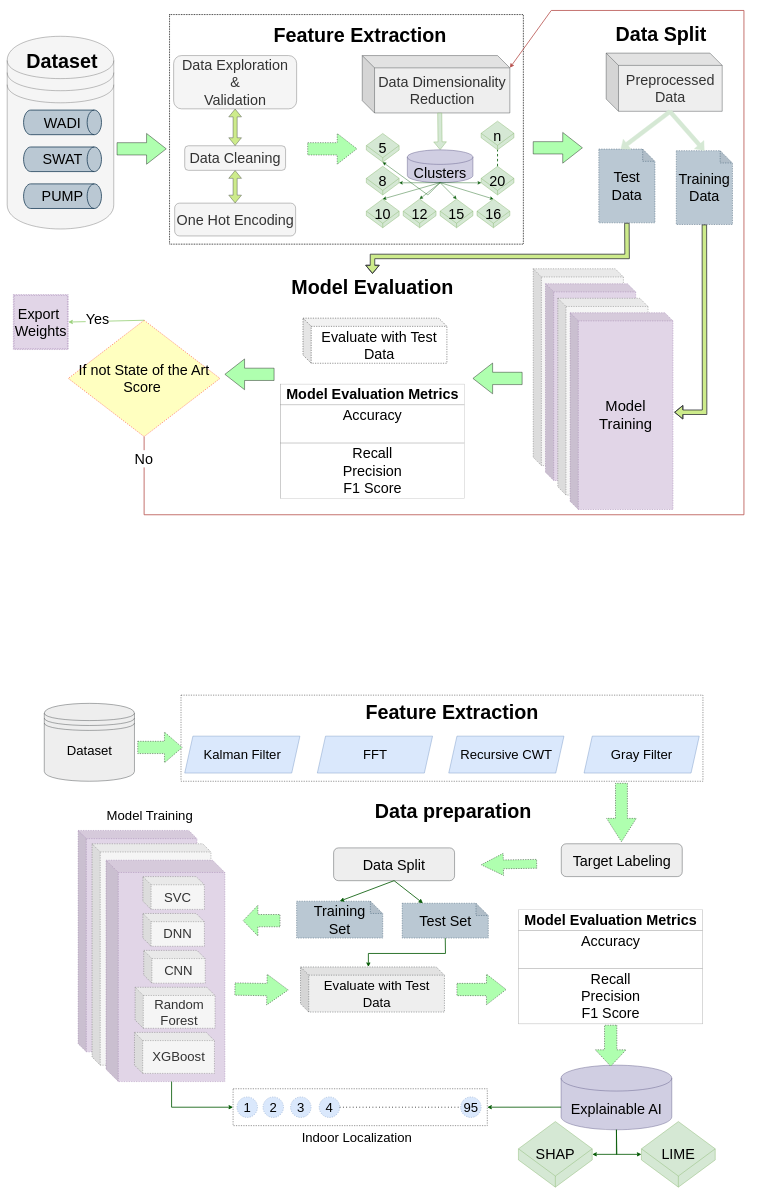
This is IndoorLocalizationWorkflow.drawio from Sakibapon/IndoorLocalaization, a draw.io file, before an edit. Source tidied: cells renumbered, new cells numbered last; positions are measured from the earlier drawing's top-left corner, leaving out a move shared by most shapes. Both pictures are drawn from the tidied source at 41%, with x=0, y=0 at pixel (7, 10).
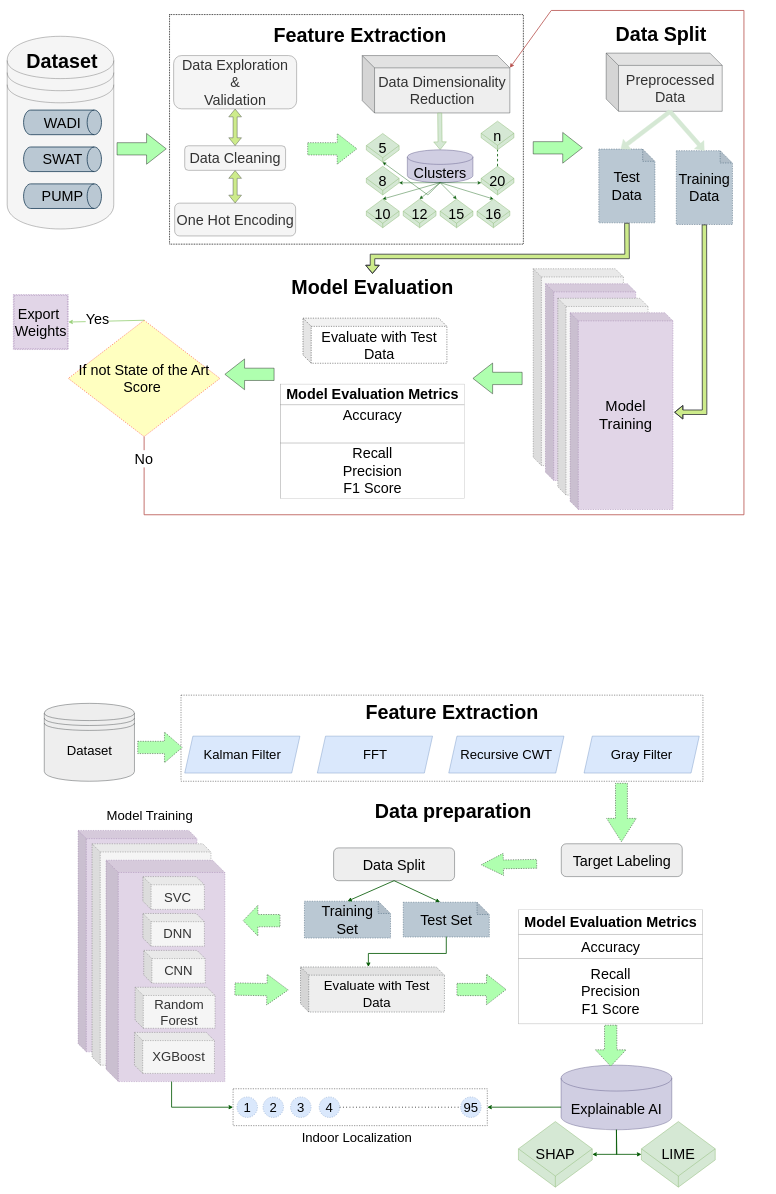
Above is the later version.

The change refers to these unchanged cells:
```xml
<mxCell id="70" value="Data Split" style="rounded=1;whiteSpace=wrap;html=1;fontSize=35;strokeColor=#36393d;fillColor=#eeeeee;" parent="1" vertex="1">
  <mxGeometry x="796.2" y="2042.5" width="295" height="80" as="geometry" />
</mxCell>
<mxCell id="88" value="&lt;font style=&quot;font-size: 32px;&quot;&gt;Evaluate with Test Data&lt;/font&gt;" style="shape=cube;whiteSpace=wrap;html=1;boundedLbl=1;backgroundOutline=1;darkOpacity=0.05;darkOpacity2=0.1;dashed=1;fontSize=35;strokeColor=#36393d;strokeWidth=1;fillColor=#eeeeee;" parent="1" vertex="1">
  <mxGeometry x="715.5" y="2332.9" width="351" height="110" as="geometry" />
</mxCell>
```

Change to the diagram source:
```diff
@@
-    <mxCell id="74" style="endArrow=classic;html=1;rounded=0;fontSize=32;exitX=0.5;exitY=1;exitDx=0;exitDy=0;fillColor=#008a00;strokeColor=#005700;strokeWidth=2;" parent="1" edge="1" source="70" target="75">
+    <mxCell id="74" style="endArrow=classic;html=1;rounded=0;fontSize=32;exitX=0.5;exitY=1;exitDx=0;exitDy=0;fillColor=#008a00;strokeColor=#005700;strokeWidth=2;entryX=0;entryY=0;entryDx=90;entryDy=0;entryPerimeter=0;" parent="1" edge="1" source="70" target="75">
       <mxGeometry relative="1" as="geometry" />
     </mxCell>
     <mxCell id="75" value="Test Set" style="shape=note;whiteSpace=wrap;html=1;backgroundOutline=1;darkOpacity=0.05;dashed=1;fontSize=35;strokeColor=#23445d;strokeWidth=1;fillColor=#bac8d3;" parent="1" vertex="1">
-      <mxGeometry x="963.5" y="2177.5" width="210" height="85" as="geometry" />
+      <mxGeometry x="966" y="2175" width="210" height="85" as="geometry" />
     </mxCell>
     <mxCell id="76" value="Training&lt;br&gt;Set" style="shape=note;whiteSpace=wrap;html=1;backgroundOutline=1;darkOpacity=0.05;dashed=1;fontSize=35;strokeColor=#23445d;strokeWidth=1;fillColor=#bac8d3;" parent="1" vertex="1">
-      <mxGeometry x="706" y="2172.5" width="210" height="90" as="geometry" />
+      <mxGeometry x="725" y="2172.5" width="210" height="90" as="geometry" />
     </mxCell>
@@
-    <mxCell id="89" style="endArrow=classic;html=1;rounded=0;fontSize=32;exitX=0.5;exitY=1;exitDx=0;exitDy=0;fillColor=#008a00;strokeColor=#005700;strokeWidth=2;entryX=0;entryY=0;entryDx=165.5;entryDy=0;entryPerimeter=0;exitPerimeter=0;" parent="1" edge="1" source="75" target="88">
+    <mxCell id="89" style="endArrow=classic;html=1;rounded=0;fontSize=32;fillColor=#008a00;strokeColor=#005700;strokeWidth=2;entryX=0;entryY=0;entryDx=165.5;entryDy=0;entryPerimeter=0;" parent="1" edge="1" target="88">
       <mxGeometry relative="1" as="geometry">
+        <mxPoint x="1071" y="2259" as="sourcePoint" />
         <Array as="points">
-          <mxPoint x="1069" y="2300" />
+          <mxPoint x="1071" y="2300" />
           <mxPoint x="881" y="2300" />
         </Array>
       </mxGeometry>
     </mxCell>
@@
-    <mxCell id="91" value="&lt;table border=&quot;1&quot; width=&quot;100%&quot; height=&quot;100%&quot; cellpadding=&quot;4&quot; style=&quot;width:100%;height:100%;border-collapse:collapse;&quot;&gt;&lt;tbody&gt;&lt;tr&gt;&lt;th align=&quot;center&quot;&gt;&lt;b&gt;Model Evaluation Metrics&lt;/b&gt;&lt;/th&gt;&lt;/tr&gt;&lt;tr&gt;&lt;td align=&quot;center&quot;&gt;Accuracy&lt;br&gt;&lt;br&gt;&lt;/td&gt;&lt;/tr&gt;&lt;tr&gt;&lt;td align=&quot;center&quot;&gt;Recall&lt;br&gt;Precision&lt;br&gt;F1 Score&lt;br&gt;&lt;/td&gt;&lt;/tr&gt;&lt;/tbody&gt;&lt;/table&gt;" style="text;html=1;strokeColor=none;fillColor=none;overflow=fill;dashed=1;fontSize=35;" parent="1" vertex="1">
+    <mxCell id="91" value="&lt;table border=&quot;1&quot; width=&quot;100%&quot; height=&quot;100%&quot; cellpadding=&quot;4&quot; style=&quot;width:100%;height:100%;border-collapse:collapse;&quot;&gt;&lt;tbody&gt;&lt;tr&gt;&lt;th align=&quot;center&quot;&gt;&lt;b&gt;Model Evaluation Metrics&lt;/b&gt;&lt;/th&gt;&lt;/tr&gt;&lt;tr&gt;&lt;td align=&quot;center&quot;&gt;Accuracy&lt;br&gt;&lt;/td&gt;&lt;/tr&gt;&lt;tr&gt;&lt;td align=&quot;center&quot;&gt;Recall&lt;br&gt;Precision&lt;br&gt;F1 Score&lt;br&gt;&lt;/td&gt;&lt;/tr&gt;&lt;/tbody&gt;&lt;/table&gt;" style="text;html=1;strokeColor=none;fillColor=none;overflow=fill;dashed=1;fontSize=35;" parent="1" vertex="1">
       <mxGeometry x="1247" y="2192.5" width="450" height="280" as="geometry" />
     </mxCell>
```
